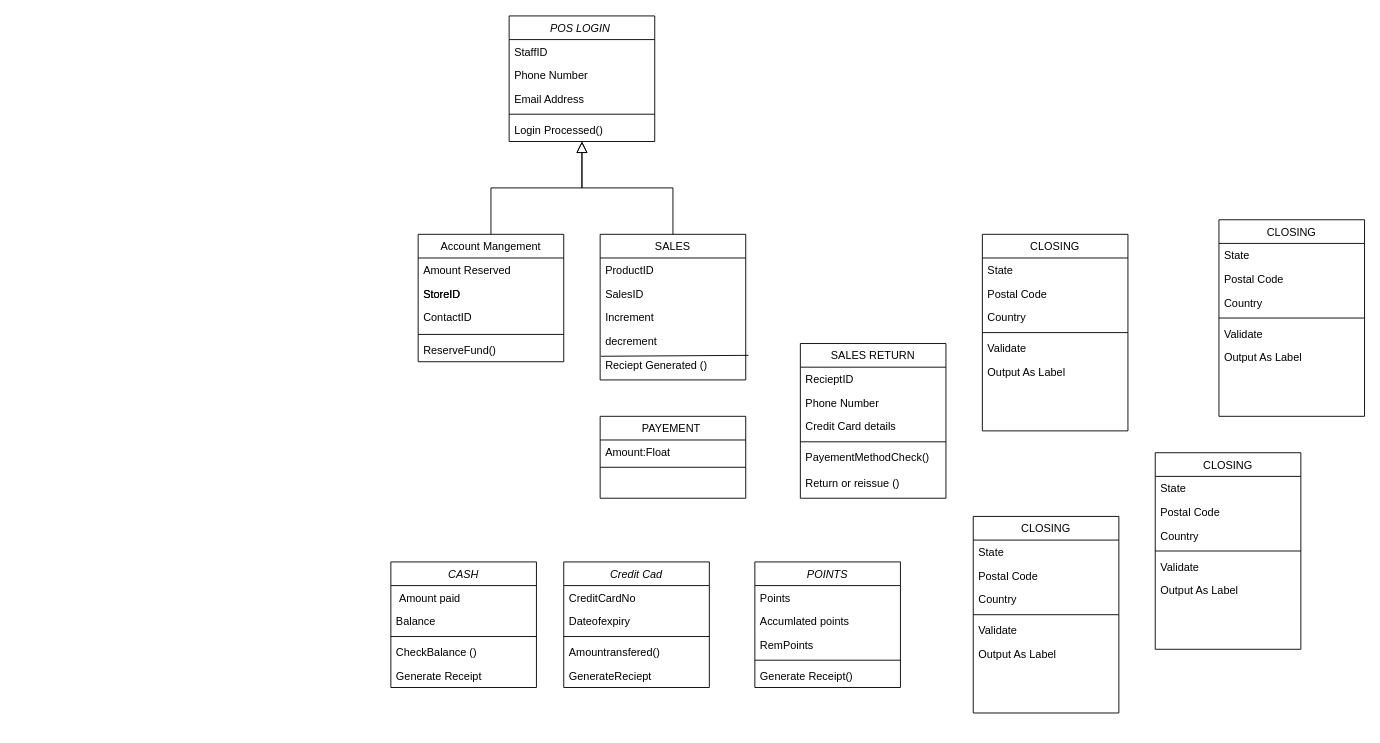
imanmuzaffar12/SdaProject keeps this draw.io diagram as SDA_project/Untitled Diagram.drawio. Above is the earlier version. Source tidied: cells renumbered, new cells numbered last; positions are measured from the earlier drawing's top-left corner, leaving out a move shared by most shapes. Both pictures are drawn from the tidied source at 91%, with x=0, y=0 at pixel (390, 15).
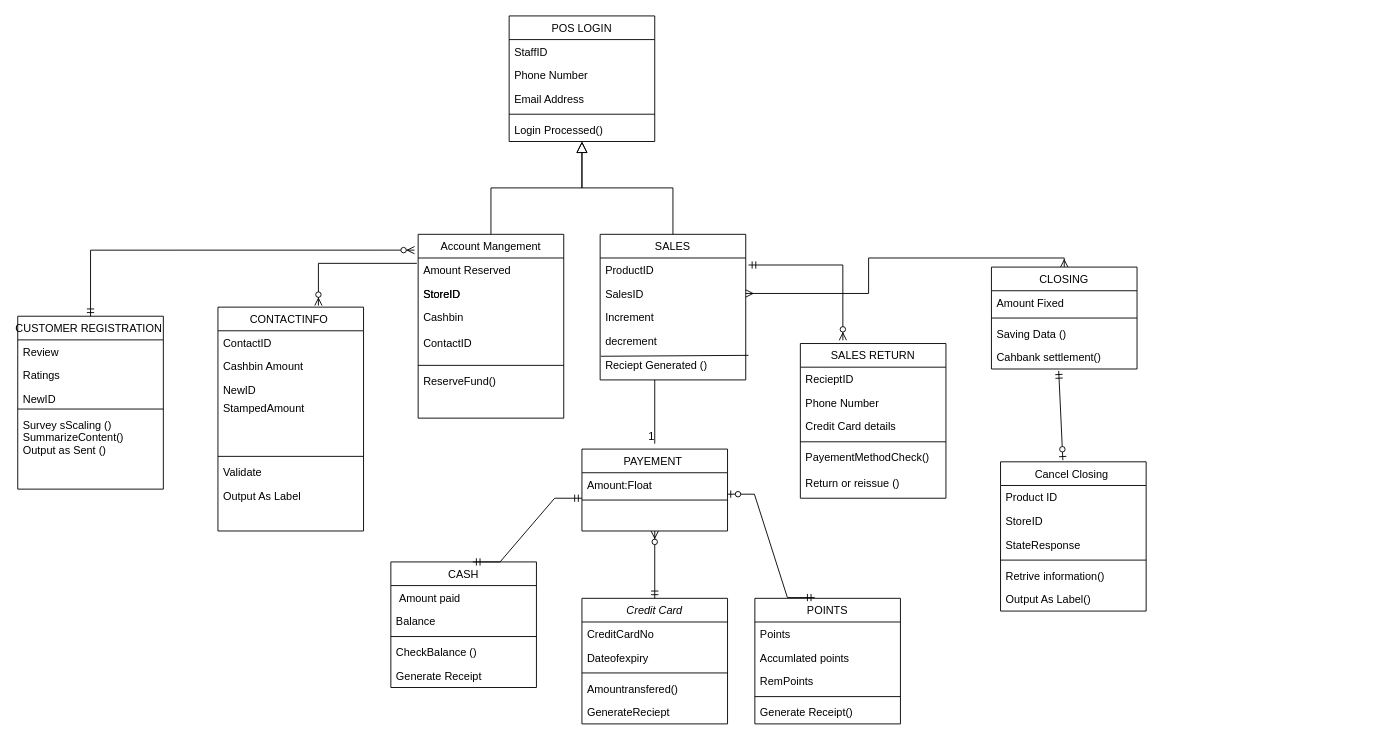
The same page after the edit.

Unchanged cells that the change refers to:
```xml
<mxCell id="9" value="Amount Reserved" style="text;align=left;verticalAlign=top;spacingLeft=4;spacingRight=4;overflow=hidden;points=[[0,0.5],[1,0.5]];portConstraint=eastwest;" parent="8" vertex="1">
  <mxGeometry y="26" width="160" height="26" as="geometry" />
</mxCell>
<mxCell id="15" value="SALES" style="swimlane;fontStyle=0;align=center;verticalAlign=top;horizontal=1;startSize=26;rounded=0;shadow=0;strokeWidth=1;" parent="1" vertex="1">
  <mxGeometry x="230" y="240" width="160" height="160" as="geometry" />
</mxCell>
<mxCell id="16" value="ProductID&#10;&#10;" style="text;align=left;verticalAlign=top;spacingLeft=4;spacingRight=4;overflow=hidden;points=[[0,0.5],[1,0.5]];portConstraint=eastwest;" parent="15" vertex="1">
  <mxGeometry y="26" width="160" height="26" as="geometry" />
</mxCell>
<mxCell id="17" value="SalesID&#10;&#10;" style="text;align=left;verticalAlign=top;spacingLeft=4;spacingRight=4;overflow=hidden;points=[[0,0.5],[1,0.5]];portConstraint=eastwest;" parent="15" vertex="1">
  <mxGeometry y="52" width="160" height="26" as="geometry" />
</mxCell>
<mxCell id="44" value="Amount:Float" style="text;align=left;verticalAlign=top;spacingLeft=4;spacingRight=4;overflow=hidden;points=[[0,0.5],[1,0.5]];portConstraint=eastwest;rounded=0;shadow=0;html=0;" parent="43" vertex="1">
  <mxGeometry y="26" width="160" height="26" as="geometry" />
</mxCell>
<mxCell id="45" style="line;html=1;strokeWidth=1;align=left;verticalAlign=middle;spacingTop=-1;spacingLeft=3;spacingRight=3;labelPosition=right;points=[];portConstraint=eastwest;" parent="43" vertex="1">
  <mxGeometry y="52" width="160" height="8" as="geometry" />
</mxCell>
<mxCell id="52" value="SALES RETURN" style="swimlane;fontStyle=0;align=center;verticalAlign=top;horizontal=1;startSize=26;rounded=0;shadow=0;strokeWidth=1;" parent="1" vertex="1">
  <mxGeometry x="450" y="360" width="160" height="170" as="geometry" />
</mxCell>
```

The edit, as a diff of the source:
```diff
@@
-    <mxCell id="2" value="POS LOGIN " style="swimlane;fontStyle=2;align=center;verticalAlign=top;horizontal=1;startSize=26;rounded=0;shadow=0;strokeWidth=1;" parent="1" vertex="1">
+    <mxCell id="2" value="POS LOGIN" style="swimlane;fontStyle=0;align=center;verticalAlign=top;horizontal=1;startSize=26;rounded=0;shadow=0;strokeWidth=1;" parent="1" vertex="1">
       <mxGeometry x="130" width="160" height="138" as="geometry" />
     </mxCell>
@@
+    <mxCell id="14" style="endArrow=block;endSize=10;endFill=0;shadow=0;strokeWidth=1;rounded=0;edgeStyle=elbowEdgeStyle;elbow=vertical;" parent="1" edge="1" source="8" target="2">
+      <mxGeometry relative="1" as="geometry" />
+    </mxCell>
     <mxCell id="8" value="Account Mangement" style="swimlane;fontStyle=0;align=center;verticalAlign=top;horizontal=1;startSize=26;rounded=0;shadow=0;strokeWidth=1;" parent="1" vertex="1">
-      <mxGeometry x="30" y="240" width="160" height="140" as="geometry" />
+      <mxGeometry x="30" y="240" width="160" height="202" as="geometry" />
     </mxCell>
@@
+    <mxCell id="79" value="Cashbin" style="text;align=left;verticalAlign=top;spacingLeft=4;spacingRight=4;overflow=hidden;rounded=0;shadow=0;html=0;" parent="8" vertex="1">
+      <mxGeometry y="78" width="160" height="28" as="geometry" />
+    </mxCell>
     <mxCell id="11" value="ContactID" style="text;align=left;verticalAlign=top;spacingLeft=4;spacingRight=4;overflow=hidden;rounded=0;shadow=0;html=0;" parent="8" vertex="1">
-      <mxGeometry y="78" width="160" height="28" as="geometry" />
+      <mxGeometry y="106" width="160" height="34" as="geometry" />
     </mxCell>
     <mxCell id="12" style="line;html=1;strokeWidth=1;align=left;verticalAlign=middle;spacingTop=-1;spacingLeft=3;spacingRight=3;labelPosition=right;" parent="8" vertex="1">
-      <mxGeometry y="106" width="160" height="8" as="geometry" />
+      <mxGeometry y="140" width="160" height="8" as="geometry" />
     </mxCell>
     <mxCell id="13" value="ReserveFund()" style="text;align=left;verticalAlign=top;spacingLeft=4;spacingRight=4;overflow=hidden;" parent="8" vertex="1">
-      <mxGeometry y="114" width="160" height="26" as="geometry" />
+      <mxGeometry y="148" width="160" height="26" as="geometry" />
     </mxCell>
-    <mxCell id="14" style="endArrow=block;endSize=10;endFill=0;shadow=0;strokeWidth=1;rounded=0;edgeStyle=elbowEdgeStyle;elbow=vertical;" parent="1" edge="1" source="8" target="2">
-      <mxGeometry relative="1" as="geometry" />
-    </mxCell>
@@
+    <mxCell id="80" style="endArrow=none;html=1;rounded=0;" parent="15" edge="1">
+      <mxGeometry relative="1" as="geometry">
+        <mxPoint x="60" y="160" as="sourcePoint" />
+        <mxPoint x="60" y="230" as="targetPoint" />
+      </mxGeometry>
+    </mxCell>
+    <mxCell id="81" value="1" style="html=1;align=right;verticalAlign=bottom;" parent="80" vertex="1">
+      <mxGeometry x="1" relative="1" as="geometry" />
+    </mxCell>
@@
     <mxCell id="23" value="CLOSING" style="swimlane;fontStyle=0;align=center;verticalAlign=top;horizontal=1;startSize=26;rounded=0;shadow=0;strokeWidth=1;" parent="1" vertex="1">
-      <mxGeometry x="650" y="240" width="160" height="216" as="geometry" />
+      <mxGeometry x="660" y="276" width="160" height="112" as="geometry" />
     </mxCell>
-    <mxCell id="24" value="State" style="text;align=left;verticalAlign=top;spacingLeft=4;spacingRight=4;overflow=hidden;rounded=0;shadow=0;html=0;" parent="23" vertex="1">
-      <mxGeometry y="26" width="160" height="26" as="geometry" />
-    </mxCell>
-    <mxCell id="25" value="Postal Code" style="text;align=left;verticalAlign=top;spacingLeft=4;spacingRight=4;overflow=hidden;rounded=0;shadow=0;html=0;" parent="23" vertex="1">
-      <mxGeometry y="52" width="160" height="26" as="geometry" />
+    <mxCell id="25" value="Amount Fixed" style="text;align=left;verticalAlign=top;spacingLeft=4;spacingRight=4;overflow=hidden;rounded=0;shadow=0;html=0;" parent="23" vertex="1">
+      <mxGeometry y="26" width="160" height="26" as="geometry" />
     </mxCell>
-    <mxCell id="26" value="Country" style="text;align=left;verticalAlign=top;spacingLeft=4;spacingRight=4;overflow=hidden;rounded=0;shadow=0;html=0;" parent="23" vertex="1">
-      <mxGeometry y="78" width="160" height="26" as="geometry" />
-    </mxCell>
     <mxCell id="27" style="line;html=1;strokeWidth=1;align=left;verticalAlign=middle;spacingTop=-1;spacingLeft=3;spacingRight=3;labelPosition=right;" parent="23" vertex="1">
-      <mxGeometry y="104" width="160" height="8" as="geometry" />
+      <mxGeometry y="52" width="160" height="8" as="geometry" />
     </mxCell>
-    <mxCell id="28" value="Validate" style="text;align=left;verticalAlign=top;spacingLeft=4;spacingRight=4;overflow=hidden;" parent="23" vertex="1">
-      <mxGeometry y="112" width="160" height="26" as="geometry" />
+    <mxCell id="28" value="Saving Data ()" style="text;align=left;verticalAlign=top;spacingLeft=4;spacingRight=4;overflow=hidden;" parent="23" vertex="1">
+      <mxGeometry y="60" width="160" height="26" as="geometry" />
     </mxCell>
-    <mxCell id="29" value="Output As Label" style="text;align=left;verticalAlign=top;spacingLeft=4;spacingRight=4;overflow=hidden;points=[[0,0.5],[1,0.5]];portConstraint=eastwest;" parent="23" vertex="1">
-      <mxGeometry y="138" width="160" height="26" as="geometry" />
+    <mxCell id="29" value="Cahbank settlement()" style="text;align=left;verticalAlign=top;spacingLeft=4;spacingRight=4;overflow=hidden;points=[[0,0.5],[1,0.5]];portConstraint=eastwest;" parent="23" vertex="1">
+      <mxGeometry y="86" width="160" height="26" as="geometry" />
     </mxCell>
@@
-    <mxCell id="31" value="Credit Cad" style="swimlane;fontStyle=2;align=center;verticalAlign=top;horizontal=1;startSize=26;rounded=0;shadow=0;strokeWidth=1;" parent="1" vertex="1">
-      <mxGeometry x="190" y="600" width="160" height="138" as="geometry" />
+    <mxCell id="31" value="Credit Card" style="swimlane;fontStyle=2;align=center;verticalAlign=top;horizontal=1;startSize=26;rounded=0;shadow=0;strokeWidth=1;" parent="1" vertex="1">
+      <mxGeometry x="210" y="640" width="160" height="138" as="geometry" />
     </mxCell>
@@
-    <mxCell id="37" value="CASH" style="swimlane;fontStyle=2;align=center;verticalAlign=top;horizontal=1;startSize=26;rounded=0;shadow=0;strokeWidth=1;" parent="1" vertex="1">
+    <mxCell id="37" value="CASH" style="swimlane;fontStyle=0;align=center;verticalAlign=top;horizontal=1;startSize=26;rounded=0;shadow=0;strokeWidth=1;" parent="1" vertex="1">
       <mxGeometry y="600" width="160" height="138" as="geometry" />
     </mxCell>
@@
     <mxCell id="43" value="PAYEMENT " style="swimlane;fontStyle=0;align=center;verticalAlign=top;horizontal=1;startSize=26;rounded=0;shadow=0;strokeWidth=1;" parent="1" vertex="1">
-      <mxGeometry x="230" y="440" width="160" height="90" as="geometry" />
+      <mxGeometry x="210" y="476" width="160" height="90" as="geometry" />
     </mxCell>
@@
-    <mxCell id="46" value="POINTS" style="swimlane;fontStyle=2;align=center;verticalAlign=top;horizontal=1;startSize=26;rounded=0;shadow=0;strokeWidth=1;" parent="1" vertex="1">
-      <mxGeometry x="400" y="600" width="160" height="138" as="geometry" />
+    <mxCell id="46" value="POINTS" style="swimlane;fontStyle=0;align=center;verticalAlign=top;horizontal=1;startSize=26;rounded=0;shadow=0;strokeWidth=1;" parent="1" vertex="1">
+      <mxGeometry x="400" y="640" width="160" height="138" as="geometry" />
     </mxCell>
@@
-    <mxCell id="58" value="CLOSING" style="swimlane;fontStyle=0;align=center;verticalAlign=top;horizontal=1;startSize=26;rounded=0;shadow=0;strokeWidth=1;" parent="1" vertex="1">
-      <mxGeometry x="910" y="224" width="160" height="216" as="geometry" />
+    <mxCell id="58" value="CONTACTINFO " style="swimlane;fontStyle=0;align=center;verticalAlign=top;horizontal=1;startSize=26;rounded=0;shadow=0;strokeWidth=1;" parent="1" vertex="1">
+      <mxGeometry x="-190" y="320" width="160" height="246" as="geometry" />
     </mxCell>
-    <mxCell id="59" value="State" style="text;align=left;verticalAlign=top;spacingLeft=4;spacingRight=4;overflow=hidden;rounded=0;shadow=0;html=0;" parent="58" vertex="1">
+    <mxCell id="59" value="ContactID" style="text;align=left;verticalAlign=top;spacingLeft=4;spacingRight=4;overflow=hidden;rounded=0;shadow=0;html=0;" parent="58" vertex="1">
       <mxGeometry y="26" width="160" height="26" as="geometry" />
     </mxCell>
-    <mxCell id="60" value="Postal Code" style="text;align=left;verticalAlign=top;spacingLeft=4;spacingRight=4;overflow=hidden;rounded=0;shadow=0;html=0;" parent="58" vertex="1">
+    <mxCell id="60" value="Cashbin Amount" style="text;align=left;verticalAlign=top;spacingLeft=4;spacingRight=4;overflow=hidden;rounded=0;shadow=0;html=0;" parent="58" vertex="1">
       <mxGeometry y="52" width="160" height="26" as="geometry" />
     </mxCell>
+    <mxCell id="82" value="NewID" style="text;align=left;verticalAlign=top;spacingLeft=4;spacingRight=4;overflow=hidden;rounded=0;shadow=0;html=0;" parent="58" vertex="1">
+      <mxGeometry y="78" width="160" height="20" as="geometry" />
+    </mxCell>
-    <mxCell id="61" value="Country" style="text;align=left;verticalAlign=top;spacingLeft=4;spacingRight=4;overflow=hidden;rounded=0;shadow=0;html=0;" parent="58" vertex="1">
-      <mxGeometry y="78" width="160" height="26" as="geometry" />
+    <mxCell id="61" value="StampedAmount" style="text;align=left;verticalAlign=top;spacingLeft=4;spacingRight=4;overflow=hidden;rounded=0;shadow=0;html=0;" parent="58" vertex="1">
+      <mxGeometry y="98" width="160" height="62" as="geometry" />
     </mxCell>
     <mxCell id="62" style="line;html=1;strokeWidth=1;align=left;verticalAlign=middle;spacingTop=-1;spacingLeft=3;spacingRight=3;labelPosition=right;" parent="58" vertex="1">
-      <mxGeometry y="104" width="160" height="8" as="geometry" />
+      <mxGeometry y="160" width="160" height="8" as="geometry" />
     </mxCell>
     <mxCell id="63" value="Validate" style="text;align=left;verticalAlign=top;spacingLeft=4;spacingRight=4;overflow=hidden;" parent="58" vertex="1">
-      <mxGeometry y="112" width="160" height="26" as="geometry" />
+      <mxGeometry y="168" width="160" height="26" as="geometry" />
     </mxCell>
     <mxCell id="64" value="Output As Label" style="text;align=left;verticalAlign=top;spacingLeft=4;spacingRight=4;overflow=hidden;" parent="58" vertex="1">
-      <mxGeometry y="138" width="160" height="26" as="geometry" />
+      <mxGeometry y="194" width="160" height="26" as="geometry" />
     </mxCell>
-    <mxCell id="65" value="CLOSING" style="swimlane;fontStyle=0;align=center;verticalAlign=top;horizontal=1;startSize=26;rounded=0;shadow=0;strokeWidth=1;" parent="1" vertex="1">
-      <mxGeometry x="840" y="480" width="160" height="216" as="geometry" />
+    <mxCell id="65" value="Cancel Closing " style="swimlane;fontStyle=0;align=center;verticalAlign=top;horizontal=1;startSize=26;rounded=0;shadow=0;strokeWidth=1;" parent="1" vertex="1">
+      <mxGeometry x="670" y="490" width="160" height="164" as="geometry" />
     </mxCell>
-    <mxCell id="66" value="State" style="text;align=left;verticalAlign=top;spacingLeft=4;spacingRight=4;overflow=hidden;rounded=0;shadow=0;html=0;" parent="65" vertex="1">
+    <mxCell id="66" value="Product ID&#10;" style="text;align=left;verticalAlign=top;spacingLeft=4;spacingRight=4;overflow=hidden;rounded=0;shadow=0;html=0;" parent="65" vertex="1">
       <mxGeometry y="26" width="160" height="26" as="geometry" />
     </mxCell>
-    <mxCell id="67" value="Postal Code" style="text;align=left;verticalAlign=top;spacingLeft=4;spacingRight=4;overflow=hidden;rounded=0;shadow=0;html=0;" parent="65" vertex="1">
+    <mxCell id="67" value="StoreID" style="text;align=left;verticalAlign=top;spacingLeft=4;spacingRight=4;overflow=hidden;rounded=0;shadow=0;html=0;" parent="65" vertex="1">
       <mxGeometry y="52" width="160" height="26" as="geometry" />
     </mxCell>
-    <mxCell id="68" value="Country" style="text;align=left;verticalAlign=top;spacingLeft=4;spacingRight=4;overflow=hidden;rounded=0;shadow=0;html=0;" parent="65" vertex="1">
+    <mxCell id="68" value="StateResponse" style="text;align=left;verticalAlign=top;spacingLeft=4;spacingRight=4;overflow=hidden;rounded=0;shadow=0;html=0;" parent="65" vertex="1">
       <mxGeometry y="78" width="160" height="26" as="geometry" />
     </mxCell>
@@
-    <mxCell id="70" value="Validate" style="text;align=left;verticalAlign=top;spacingLeft=4;spacingRight=4;overflow=hidden;" parent="65" vertex="1">
+    <mxCell id="70" value="Retrive information()" style="text;align=left;verticalAlign=top;spacingLeft=4;spacingRight=4;overflow=hidden;" parent="65" vertex="1">
       <mxGeometry y="112" width="160" height="26" as="geometry" />
     </mxCell>
-    <mxCell id="71" value="Output As Label" style="text;align=left;verticalAlign=top;spacingLeft=4;spacingRight=4;overflow=hidden;" parent="65" vertex="1">
+    <mxCell id="71" value="Output As Label()" style="text;align=left;verticalAlign=top;spacingLeft=4;spacingRight=4;overflow=hidden;" parent="65" vertex="1">
       <mxGeometry y="138" width="160" height="26" as="geometry" />
     </mxCell>
-    <mxCell id="72" value="CLOSING" style="swimlane;fontStyle=0;align=center;verticalAlign=top;horizontal=1;startSize=26;rounded=0;shadow=0;strokeWidth=1;" parent="1" vertex="1">
-      <mxGeometry x="640" y="550" width="160" height="216" as="geometry" />
-    </mxCell>
-    <mxCell id="73" value="State" style="text;align=left;verticalAlign=top;spacingLeft=4;spacingRight=4;overflow=hidden;rounded=0;shadow=0;html=0;" parent="72" vertex="1">
-      <mxGeometry y="26" width="160" height="26" as="geometry" />
-    </mxCell>
-    <mxCell id="74" value="Postal Code" style="text;align=left;verticalAlign=top;spacingLeft=4;spacingRight=4;overflow=hidden;rounded=0;shadow=0;html=0;" parent="72" vertex="1">
-      <mxGeometry y="52" width="160" height="26" as="geometry" />
-    </mxCell>
-    <mxCell id="75" value="Country" style="text;align=left;verticalAlign=top;spacingLeft=4;spacingRight=4;overflow=hidden;rounded=0;shadow=0;html=0;" parent="72" vertex="1">
-      <mxGeometry y="78" width="160" height="26" as="geometry" />
-    </mxCell>
-    <mxCell id="76" style="line;html=1;strokeWidth=1;align=left;verticalAlign=middle;spacingTop=-1;spacingLeft=3;spacingRight=3;labelPosition=right;" parent="72" vertex="1">
-      <mxGeometry y="104" width="160" height="8" as="geometry" />
-    </mxCell>
-    <mxCell id="77" value="Validate" style="text;align=left;verticalAlign=top;spacingLeft=4;spacingRight=4;overflow=hidden;" parent="72" vertex="1">
-      <mxGeometry y="112" width="160" height="26" as="geometry" />
-    </mxCell>
-    <mxCell id="78" value="Output As Label" style="text;align=left;verticalAlign=top;spacingLeft=4;spacingRight=4;overflow=hidden;" parent="72" vertex="1">
-      <mxGeometry y="138" width="160" height="26" as="geometry" />
-    </mxCell>
+    <mxCell id="83" style="edgeStyle=entityRelationEdgeStyle;fontSize=12;html=1;endArrow=ERmandOne;startArrow=ERmandOne;rounded=0;entryX=0;entryY=0.25;entryDx=0;entryDy=0;entryPerimeter=0;" parent="1" edge="1" target="45">
+      <mxGeometry relative="1" as="geometry">
+        <mxPoint x="90" y="600" as="sourcePoint" />
+      </mxGeometry>
+    </mxCell>
+    <mxCell id="84" style="edgeStyle=orthogonalEdgeStyle;fontSize=12;html=1;endArrow=ERzeroToMany;startArrow=ERmandOne;rounded=0;exitX=0.5;exitY=0;exitDx=0;exitDy=0;entryX=0.5;entryY=1;entryDx=0;entryDy=0;" parent="1" edge="1" source="31" target="43">
+      <mxGeometry relative="1" as="geometry" />
+    </mxCell>
+    <mxCell id="85" style="edgeStyle=entityRelationEdgeStyle;fontSize=12;html=1;endArrow=ERzeroToOne;startArrow=ERmandOne;rounded=0;exitX=0.411;exitY=-0.006;exitDx=0;exitDy=0;exitPerimeter=0;entryX=0.997;entryY=0.906;entryDx=0;entryDy=0;entryPerimeter=0;" parent="1" edge="1" source="46" target="44">
+      <mxGeometry relative="1" as="geometry" />
+    </mxCell>
+    <mxCell id="86" style="edgeStyle=orthogonalEdgeStyle;fontSize=12;html=1;endArrow=ERzeroToMany;startArrow=ERmandOne;rounded=0;exitX=1.019;exitY=0.297;exitDx=0;exitDy=0;exitPerimeter=0;entryX=0.292;entryY=-0.021;entryDx=0;entryDy=0;entryPerimeter=0;" parent="1" edge="1" source="16" target="52">
+      <mxGeometry relative="1" as="geometry" />
+    </mxCell>
+    <mxCell id="87" style="edgeStyle=orthogonalEdgeStyle;fontSize=12;html=1;endArrow=ERzeroToMany;endFill=1;rounded=0;entryX=0.69;entryY=-0.007;entryDx=0;entryDy=0;entryPerimeter=0;exitX=-0.009;exitY=0.227;exitDx=0;exitDy=0;exitPerimeter=0;" parent="1" edge="1" source="9" target="58">
+      <mxGeometry relative="1" as="geometry" />
+    </mxCell>
+    <mxCell id="88" style="edgeStyle=orthogonalEdgeStyle;fontSize=12;html=1;endArrow=ERmany;startArrow=ERmany;rounded=0;exitX=1;exitY=0.5;exitDx=0;exitDy=0;entryX=0.5;entryY=0;entryDx=0;entryDy=0;" parent="1" edge="1" source="17" target="23">
+      <mxGeometry relative="1" as="geometry" />
+    </mxCell>
+    <mxCell id="89" style="fontSize=12;html=1;endArrow=ERzeroToOne;startArrow=ERmandOne;rounded=0;entryX=0.428;entryY=-0.011;entryDx=0;entryDy=0;entryPerimeter=0;exitX=0.462;exitY=1.08;exitDx=0;exitDy=0;exitPerimeter=0;" parent="1" edge="1" source="29" target="65">
+      <mxGeometry relative="1" as="geometry" />
+    </mxCell>
+    <mxCell id="90" value="CUSTOMER REGISTRATION " style="swimlane;fontStyle=0;align=center;verticalAlign=top;horizontal=1;startSize=26;rounded=0;shadow=0;strokeWidth=1;" parent="1" vertex="1">
+      <mxGeometry x="-410" y="330" width="160" height="190" as="geometry" />
+    </mxCell>
+    <mxCell id="91" value="Review" style="text;align=left;verticalAlign=top;spacingLeft=4;spacingRight=4;overflow=hidden;rounded=0;shadow=0;html=0;" parent="90" vertex="1">
+      <mxGeometry y="26" width="160" height="26" as="geometry" />
+    </mxCell>
+    <mxCell id="92" value="Ratings" style="text;align=left;verticalAlign=top;spacingLeft=4;spacingRight=4;overflow=hidden;rounded=0;shadow=0;html=0;" parent="90" vertex="1">
+      <mxGeometry y="52" width="160" height="26" as="geometry" />
+    </mxCell>
+    <mxCell id="93" value="NewID" style="text;align=left;verticalAlign=top;spacingLeft=4;spacingRight=4;overflow=hidden;rounded=0;shadow=0;html=0;" parent="90" vertex="1">
+      <mxGeometry y="78" width="160" height="20" as="geometry" />
+    </mxCell>
+    <mxCell id="94" style="line;html=1;strokeWidth=1;align=left;verticalAlign=middle;spacingTop=-1;spacingLeft=3;spacingRight=3;labelPosition=right;" parent="90" vertex="1">
+      <mxGeometry y="98" width="160" height="8" as="geometry" />
+    </mxCell>
+    <mxCell id="95" value="Survey sScaling ()&#10;SummarizeContent()&#10;Output as Sent ()" style="text;align=left;verticalAlign=top;spacingLeft=4;spacingRight=4;overflow=hidden;" parent="90" vertex="1">
+      <mxGeometry y="106" width="160" height="54" as="geometry" />
+    </mxCell>
+    <mxCell id="96" style="edgeStyle=orthogonalEdgeStyle;fontSize=12;html=1;endArrow=ERzeroToMany;startArrow=ERmandOne;rounded=0;entryX=-0.025;entryY=0.086;entryDx=0;entryDy=0;entryPerimeter=0;exitX=0.5;exitY=0;exitDx=0;exitDy=0;" parent="1" edge="1" source="90" target="8">
+      <mxGeometry relative="1" as="geometry" />
+    </mxCell>
```
